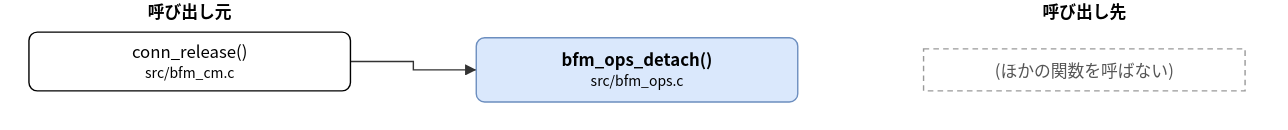
The draw.io diagram doc/spec/images/call_src_bfm_ops-bfm_ops_detach.drawio.svg in hf355051012-ai/bfmem, before a commit. Source tidied: cells renumbered, new cells last; positions are measured from the earlier drawing's top-left corner, leaving out a move shared by most shapes. The source it was exported from:
```xml
<mxGraphModel>
  <root>
    <mxCell id="0" />
    <mxCell id="1" parent="0" />
    <mxCell id="2" value="bfm_ops_detach()&lt;br&gt;&lt;font style=&quot;font-size:10px&quot;&gt;src/bfm_ops.c&lt;/font&gt;" style="rounded=1;whiteSpace=wrap;html=1;fillColor=#dae8fc;strokeColor=#6c8ebf;fontStyle=1;" parent="1" vertex="1">
      <mxGeometry x="320" y="27" width="230" height="46" as="geometry" />
    </mxCell>
    <mxCell id="3" value="conn_release()&lt;br&gt;&lt;font style=&quot;font-size:10px&quot;&gt;src/bfm_cm.c&lt;/font&gt;" style="rounded=1;whiteSpace=wrap;html=1;" parent="1" vertex="1">
      <mxGeometry y="23" width="230" height="42" as="geometry" />
    </mxCell>
    <mxCell id="4" value="(ほかの関数を呼ばない)" style="rounded=0;whiteSpace=wrap;html=1;dashed=1;strokeColor=#999999;fontColor=#555555;dashed=1;" parent="1" vertex="1">
      <mxGeometry x="640" y="35" width="230" height="30" as="geometry" />
    </mxCell>
    <mxCell id="5" style="edgeStyle=none;html=1;rounded=0;endArrow=block;endFill=1;exitX=1.0000;exitY=0.5000;exitDx=0;exitDy=0;exitPerimeter=0;entryX=0.0000;entryY=0.5000;entryDx=0;entryDy=0;entryPerimeter=0;" parent="1" edge="1" source="3" target="2">
      <mxGeometry relative="1" as="geometry">
        <Array as="points">
          <mxPoint x="275" y="44" />
          <mxPoint x="275" y="50" />
        </Array>
      </mxGeometry>
    </mxCell>
    <mxCell id="6" value="呼び出し元" style="text;html=1;align=center;fontStyle=1;" parent="1" vertex="1">
      <mxGeometry x="35" width="160" height="18" as="geometry" />
    </mxCell>
    <mxCell id="7" value="呼び出し先" style="text;html=1;align=center;fontStyle=1;" parent="1" vertex="1">
      <mxGeometry x="675" width="160" height="18" as="geometry" />
    </mxCell>
  </root>
</mxGraphModel>
```
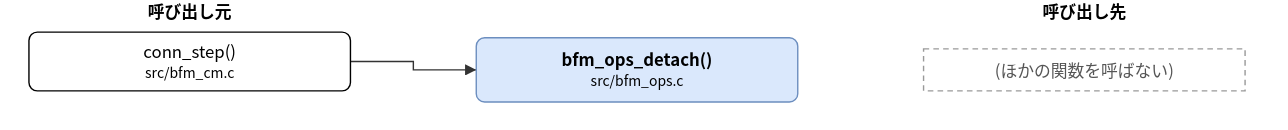
After the commit.

Diff of the diagram source:
```diff
@@ -5,7 +5,7 @@
     <mxCell id="2" value="bfm_ops_detach()&lt;br&gt;&lt;font style=&quot;font-size:10px&quot;&gt;src/bfm_ops.c&lt;/font&gt;" style="rounded=1;whiteSpace=wrap;html=1;fillColor=#dae8fc;strokeColor=#6c8ebf;fontStyle=1;" parent="1" vertex="1">
       <mxGeometry x="320" y="27" width="230" height="46" as="geometry" />
     </mxCell>
-    <mxCell id="3" value="conn_release()&lt;br&gt;&lt;font style=&quot;font-size:10px&quot;&gt;src/bfm_cm.c&lt;/font&gt;" style="rounded=1;whiteSpace=wrap;html=1;" parent="1" vertex="1">
+    <mxCell id="3" value="conn_step()&lt;br&gt;&lt;font style=&quot;font-size:10px&quot;&gt;src/bfm_cm.c&lt;/font&gt;" style="rounded=1;whiteSpace=wrap;html=1;" parent="1" vertex="1">
       <mxGeometry y="23" width="230" height="42" as="geometry" />
     </mxCell>
     <mxCell id="4" value="(ほかの関数を呼ばない)" style="rounded=0;whiteSpace=wrap;html=1;dashed=1;strokeColor=#999999;fontColor=#555555;dashed=1;" parent="1" vertex="1">
```
